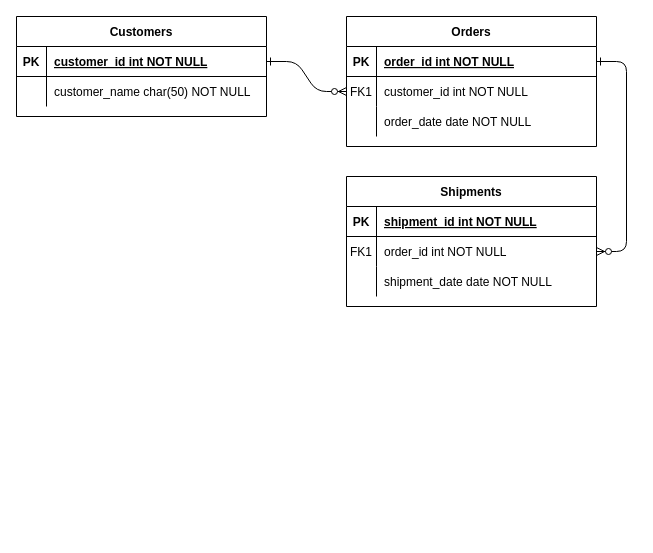
Before: Untitled Diagram.drawio in zzarr/Project3-design-diagram, a draw.io diagram. Source tidied: cells renumbered, new cells numbered last; positions are measured from the earlier drawing's top-left corner, leaving out a move shared by most shapes. Both pictures are drawn from the tidied source at 100%, with x=0, y=0 at pixel (16, 16).
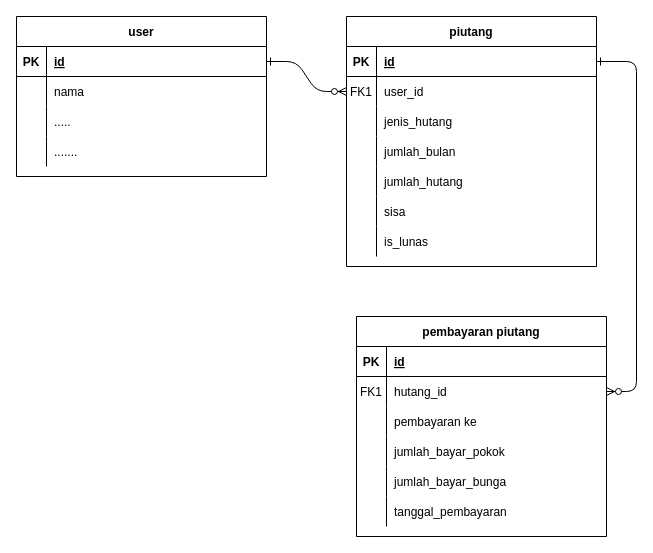
After the change.

The change refers to these unchanged cells:
```xml
<mxCell id="5" style="shape=partialRectangle;fillColor=none;points=[[0,0.5],[1,0.5]];portConstraint=eastwest;top=0;left=0;right=0;bottom=1;" parent="4" vertex="1">
  <mxGeometry y="30" width="250" height="30" as="geometry" />
</mxCell>
<mxCell id="8" style="shape=partialRectangle;fillColor=none;points=[[0,0.5],[1,0.5]];portConstraint=eastwest;top=0;left=0;right=0;bottom=0;" parent="4" vertex="1">
  <mxGeometry y="60" width="250" height="30" as="geometry" />
</mxCell>
<mxCell id="11" style="shape=partialRectangle;fillColor=none;top=0;left=0;right=0;bottom=0;" parent="4" vertex="1">
  <mxGeometry y="90" width="250" height="30" as="geometry" />
</mxCell>
<mxCell id="15" style="shape=partialRectangle;fillColor=none;top=0;left=0;right=0;bottom=1;" parent="14" vertex="1">
  <mxGeometry y="30" width="250" height="30" as="geometry" />
</mxCell>
<mxCell id="18" style="shape=partialRectangle;fillColor=none;points=[[0,0.5],[1,0.5]];portConstraint=eastwest;top=0;left=0;right=0;bottom=0;" parent="14" vertex="1">
  <mxGeometry y="60" width="250" height="30" as="geometry" />
</mxCell>
<mxCell id="21" style="shape=partialRectangle;fillColor=none;top=0;left=0;right=0;bottom=0;" parent="14" vertex="1">
  <mxGeometry y="90" width="250" height="30" as="geometry" />
</mxCell>
<mxCell id="25" style="shape=partialRectangle;fillColor=none;points=[[0,0.5],[1,0.5]];portConstraint=eastwest;top=0;left=0;right=0;bottom=1;" parent="24" vertex="1">
  <mxGeometry y="30" width="250" height="30" as="geometry" />
</mxCell>
<mxCell id="28" style="shape=partialRectangle;fillColor=none;top=0;left=0;right=0;bottom=0;" parent="24" vertex="1">
  <mxGeometry y="60" width="250" height="30" as="geometry" />
</mxCell>
```

The edit, as a diff of the source:
```diff
@@
-    <mxCell id="4" value="Orders" style="shape=table;startSize=30;childLayout=tableLayout;rowLines=0;fontStyle=1;align=center;" parent="1" vertex="1">
-      <mxGeometry x="330" width="250" height="130" as="geometry" />
+    <mxCell id="4" value="piutang" style="shape=table;startSize=30;childLayout=tableLayout;rowLines=0;fontStyle=1;align=center;" parent="1" vertex="1">
+      <mxGeometry x="330" width="250" height="250" as="geometry" />
     </mxCell>
@@
-    <mxCell id="7" value="order_id int NOT NULL " style="shape=partialRectangle;overflow=hidden;fillColor=none;top=0;left=0;bottom=0;right=0;align=left;spacingLeft=6;fontStyle=5;" parent="5" vertex="1">
+    <mxCell id="7" value="id" style="shape=partialRectangle;overflow=hidden;fillColor=none;top=0;left=0;bottom=0;right=0;align=left;spacingLeft=6;fontStyle=5;" parent="5" vertex="1">
       <mxGeometry x="30" width="220" height="30" as="geometry" />
     </mxCell>
@@
-    <mxCell id="10" value="customer_id int NOT NULL" style="shape=partialRectangle;overflow=hidden;fillColor=none;top=0;left=0;bottom=0;right=0;align=left;spacingLeft=6;" parent="8" vertex="1">
+    <mxCell id="10" value="user_id " style="shape=partialRectangle;overflow=hidden;fillColor=none;top=0;left=0;bottom=0;right=0;align=left;spacingLeft=6;" parent="8" vertex="1">
       <mxGeometry x="30" width="220" height="30" as="geometry" />
     </mxCell>
@@
-    <mxCell id="13" value="order_date date NOT NULL" style="shape=partialRectangle;overflow=hidden;fillColor=none;top=0;left=0;bottom=0;right=0;align=left;spacingLeft=6;" parent="11" vertex="1">
+    <mxCell id="13" value="jenis_hutang" style="shape=partialRectangle;overflow=hidden;fillColor=none;top=0;left=0;bottom=0;right=0;align=left;spacingLeft=6;" parent="11" vertex="1">
       <mxGeometry x="30" width="220" height="30" as="geometry" />
     </mxCell>
+    <mxCell id="31" style="shape=partialRectangle;fillColor=none;top=0;left=0;right=0;bottom=0;" parent="4" vertex="1">
+      <mxGeometry y="120" width="250" height="30" as="geometry" />
+    </mxCell>
+    <mxCell id="32" style="shape=partialRectangle;overflow=hidden;fillColor=none;top=0;left=0;bottom=0;right=0;" parent="31" vertex="1">
+      <mxGeometry width="30" height="30" as="geometry" />
+    </mxCell>
+    <mxCell id="33" value="jumlah_bulan" style="shape=partialRectangle;overflow=hidden;fillColor=none;top=0;left=0;bottom=0;right=0;align=left;spacingLeft=6;" parent="31" vertex="1">
+      <mxGeometry x="30" width="220" height="30" as="geometry" />
+    </mxCell>
+    <mxCell id="34" style="shape=partialRectangle;fillColor=none;top=0;left=0;right=0;bottom=0;" parent="4" vertex="1">
+      <mxGeometry y="150" width="250" height="30" as="geometry" />
+    </mxCell>
+    <mxCell id="35" style="shape=partialRectangle;overflow=hidden;fillColor=none;top=0;left=0;bottom=0;right=0;" parent="34" vertex="1">
+      <mxGeometry width="30" height="30" as="geometry" />
+    </mxCell>
+    <mxCell id="36" value="jumlah_hutang" style="shape=partialRectangle;overflow=hidden;fillColor=none;top=0;left=0;bottom=0;right=0;align=left;spacingLeft=6;" parent="34" vertex="1">
+      <mxGeometry x="30" width="220" height="30" as="geometry" />
+    </mxCell>
+    <mxCell id="37" style="shape=partialRectangle;fillColor=none;top=0;left=0;right=0;bottom=0;" parent="4" vertex="1">
+      <mxGeometry y="180" width="250" height="30" as="geometry" />
+    </mxCell>
+    <mxCell id="38" style="shape=partialRectangle;overflow=hidden;fillColor=none;top=0;left=0;bottom=0;right=0;" parent="37" vertex="1">
+      <mxGeometry width="30" height="30" as="geometry" />
+    </mxCell>
+    <mxCell id="39" value="sisa" style="shape=partialRectangle;overflow=hidden;fillColor=none;top=0;left=0;bottom=0;right=0;align=left;spacingLeft=6;" parent="37" vertex="1">
+      <mxGeometry x="30" width="220" height="30" as="geometry" />
+    </mxCell>
+    <mxCell id="40" style="shape=partialRectangle;fillColor=none;top=0;left=0;right=0;bottom=0;" parent="4" vertex="1">
+      <mxGeometry y="210" width="250" height="30" as="geometry" />
+    </mxCell>
+    <mxCell id="41" style="shape=partialRectangle;overflow=hidden;fillColor=none;top=0;left=0;bottom=0;right=0;" parent="40" vertex="1">
+      <mxGeometry width="30" height="30" as="geometry" />
+    </mxCell>
+    <mxCell id="42" value="is_lunas" style="shape=partialRectangle;overflow=hidden;fillColor=none;top=0;left=0;bottom=0;right=0;align=left;spacingLeft=6;" parent="40" vertex="1">
+      <mxGeometry x="30" width="220" height="30" as="geometry" />
+    </mxCell>
-    <mxCell id="14" value="Shipments" style="shape=table;startSize=30;childLayout=tableLayout;rowLines=0;fontStyle=1;align=center;" parent="1" vertex="1">
-      <mxGeometry x="330" y="160" width="250" height="130" as="geometry" />
+    <mxCell id="14" value="pembayaran piutang" style="shape=table;startSize=30;childLayout=tableLayout;rowLines=0;fontStyle=1;align=center;" parent="1" vertex="1">
+      <mxGeometry x="340" y="300" width="250" height="220" as="geometry" />
     </mxCell>
@@
-    <mxCell id="17" value="shipment_id int NOT NULL " style="shape=partialRectangle;overflow=hidden;fillColor=none;top=0;left=0;bottom=0;right=0;align=left;spacingLeft=6;fontStyle=5;" parent="15" vertex="1">
+    <mxCell id="17" value="id" style="shape=partialRectangle;overflow=hidden;fillColor=none;top=0;left=0;bottom=0;right=0;align=left;spacingLeft=6;fontStyle=5;" parent="15" vertex="1">
       <mxGeometry x="30" width="220" height="30" as="geometry" />
     </mxCell>
@@
-    <mxCell id="20" value="order_id int NOT NULL" style="shape=partialRectangle;overflow=hidden;fillColor=none;top=0;left=0;bottom=0;right=0;align=left;spacingLeft=6;" parent="18" vertex="1">
+    <mxCell id="20" value="hutang_id" style="shape=partialRectangle;overflow=hidden;fillColor=none;top=0;left=0;bottom=0;right=0;align=left;spacingLeft=6;" parent="18" vertex="1">
       <mxGeometry x="30" width="220" height="30" as="geometry" />
     </mxCell>
@@
-    <mxCell id="23" value="shipment_date date NOT NULL" style="shape=partialRectangle;overflow=hidden;fillColor=none;top=0;left=0;bottom=0;right=0;align=left;spacingLeft=6;" parent="21" vertex="1">
+    <mxCell id="23" value="pembayaran ke" style="shape=partialRectangle;overflow=hidden;fillColor=none;top=0;left=0;bottom=0;right=0;align=left;spacingLeft=6;" parent="21" vertex="1">
       <mxGeometry x="30" width="220" height="30" as="geometry" />
     </mxCell>
+    <mxCell id="43" style="shape=partialRectangle;fillColor=none;top=0;left=0;right=0;bottom=0;" parent="14" vertex="1">
+      <mxGeometry y="120" width="250" height="30" as="geometry" />
+    </mxCell>
+    <mxCell id="44" style="shape=partialRectangle;overflow=hidden;fillColor=none;top=0;left=0;bottom=0;right=0;" parent="43" vertex="1">
+      <mxGeometry width="30" height="30" as="geometry" />
+    </mxCell>
+    <mxCell id="45" value="jumlah_bayar_pokok" style="shape=partialRectangle;overflow=hidden;fillColor=none;top=0;left=0;bottom=0;right=0;align=left;spacingLeft=6;" parent="43" vertex="1">
+      <mxGeometry x="30" width="220" height="30" as="geometry" />
+    </mxCell>
+    <mxCell id="46" style="shape=partialRectangle;fillColor=none;top=0;left=0;right=0;bottom=0;" parent="14" vertex="1">
+      <mxGeometry y="150" width="250" height="30" as="geometry" />
+    </mxCell>
+    <mxCell id="47" style="shape=partialRectangle;overflow=hidden;fillColor=none;top=0;left=0;bottom=0;right=0;" parent="46" vertex="1">
+      <mxGeometry width="30" height="30" as="geometry" />
+    </mxCell>
+    <mxCell id="48" value="jumlah_bayar_bunga" style="shape=partialRectangle;overflow=hidden;fillColor=none;top=0;left=0;bottom=0;right=0;align=left;spacingLeft=6;" parent="46" vertex="1">
+      <mxGeometry x="30" width="220" height="30" as="geometry" />
+    </mxCell>
+    <mxCell id="49" style="shape=partialRectangle;fillColor=none;top=0;left=0;right=0;bottom=0;" parent="14" vertex="1">
+      <mxGeometry y="180" width="250" height="30" as="geometry" />
+    </mxCell>
+    <mxCell id="50" style="shape=partialRectangle;overflow=hidden;fillColor=none;top=0;left=0;bottom=0;right=0;" parent="49" vertex="1">
+      <mxGeometry width="30" height="30" as="geometry" />
+    </mxCell>
+    <mxCell id="51" value="tanggal_pembayaran" style="shape=partialRectangle;overflow=hidden;fillColor=none;top=0;left=0;bottom=0;right=0;align=left;spacingLeft=6;" parent="49" vertex="1">
+      <mxGeometry x="30" width="220" height="30" as="geometry" />
+    </mxCell>
-    <mxCell id="24" value="Customers" style="shape=table;startSize=30;childLayout=tableLayout;rowLines=0;fontStyle=1;align=center;" parent="1" vertex="1">
-      <mxGeometry width="250" height="100" as="geometry" />
+    <mxCell id="24" value="user" style="shape=table;startSize=30;childLayout=tableLayout;rowLines=0;fontStyle=1;align=center;" parent="1" vertex="1">
+      <mxGeometry width="250" height="160" as="geometry" />
     </mxCell>
@@
-    <mxCell id="27" value="customer_id int NOT NULL " style="shape=partialRectangle;overflow=hidden;fillColor=none;top=0;left=0;bottom=0;right=0;align=left;spacingLeft=6;fontStyle=5;" parent="25" vertex="1">
+    <mxCell id="27" value="id" style="shape=partialRectangle;overflow=hidden;fillColor=none;top=0;left=0;bottom=0;right=0;align=left;spacingLeft=6;fontStyle=5;" parent="25" vertex="1">
       <mxGeometry x="30" width="220" height="30" as="geometry" />
     </mxCell>
@@
-    <mxCell id="30" value="customer_name char(50) NOT NULL" style="shape=partialRectangle;overflow=hidden;fillColor=none;top=0;left=0;bottom=0;right=0;align=left;spacingLeft=6;" parent="28" vertex="1">
+    <mxCell id="30" value="nama" style="shape=partialRectangle;overflow=hidden;fillColor=none;top=0;left=0;bottom=0;right=0;align=left;spacingLeft=6;" parent="28" vertex="1">
       <mxGeometry x="30" width="220" height="30" as="geometry" />
     </mxCell>
+    <mxCell id="52" style="shape=partialRectangle;fillColor=none;top=0;left=0;right=0;bottom=0;" parent="24" vertex="1">
+      <mxGeometry y="90" width="250" height="30" as="geometry" />
+    </mxCell>
+    <mxCell id="53" style="shape=partialRectangle;overflow=hidden;fillColor=none;top=0;left=0;bottom=0;right=0;" parent="52" vertex="1">
+      <mxGeometry width="30" height="30" as="geometry" />
+    </mxCell>
+    <mxCell id="54" value="....." style="shape=partialRectangle;overflow=hidden;fillColor=none;top=0;left=0;bottom=0;right=0;align=left;spacingLeft=6;" parent="52" vertex="1">
+      <mxGeometry x="30" width="220" height="30" as="geometry" />
+    </mxCell>
+    <mxCell id="55" style="shape=partialRectangle;fillColor=none;top=0;left=0;right=0;bottom=0;" parent="24" vertex="1">
+      <mxGeometry y="120" width="250" height="30" as="geometry" />
+    </mxCell>
+    <mxCell id="56" style="shape=partialRectangle;overflow=hidden;fillColor=none;top=0;left=0;bottom=0;right=0;" parent="55" vertex="1">
+      <mxGeometry width="30" height="30" as="geometry" />
+    </mxCell>
+    <mxCell id="57" value="......." style="shape=partialRectangle;overflow=hidden;fillColor=none;top=0;left=0;bottom=0;right=0;align=left;spacingLeft=6;" parent="55" vertex="1">
+      <mxGeometry x="30" width="220" height="30" as="geometry" />
+    </mxCell>
```
